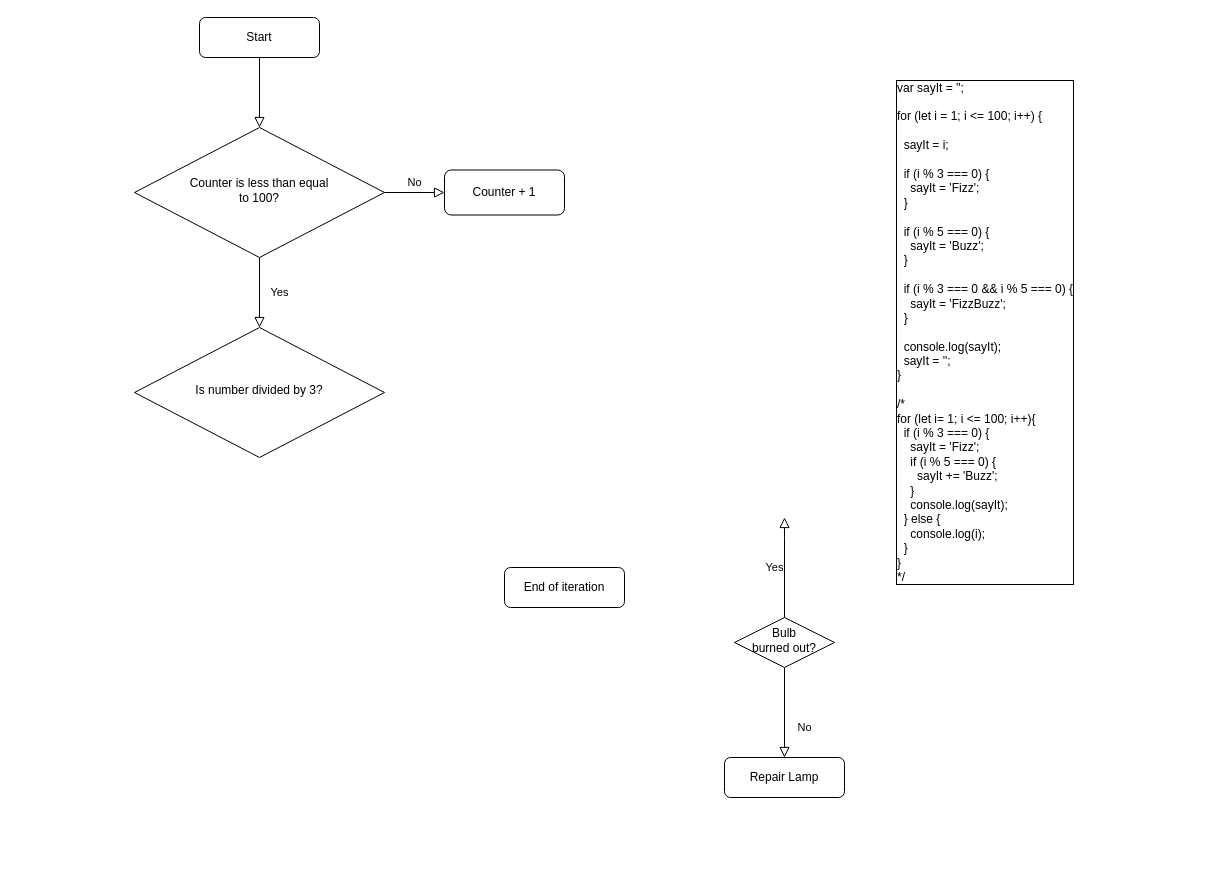
liegele/estudos keeps this draw.io diagram as the-complete-2022-web-development-bootcamp/section-10-intermediate-javascript/fizz-buzz-game.drawio. Above is the earlier version. Source tidied: cells renumbered, new cells numbered last; positions are measured from the earlier drawing's top-left corner, leaving out a move shared by most shapes. Both pictures are drawn from the tidied source at 100%, with x=0, y=0 at pixel (134, 17).
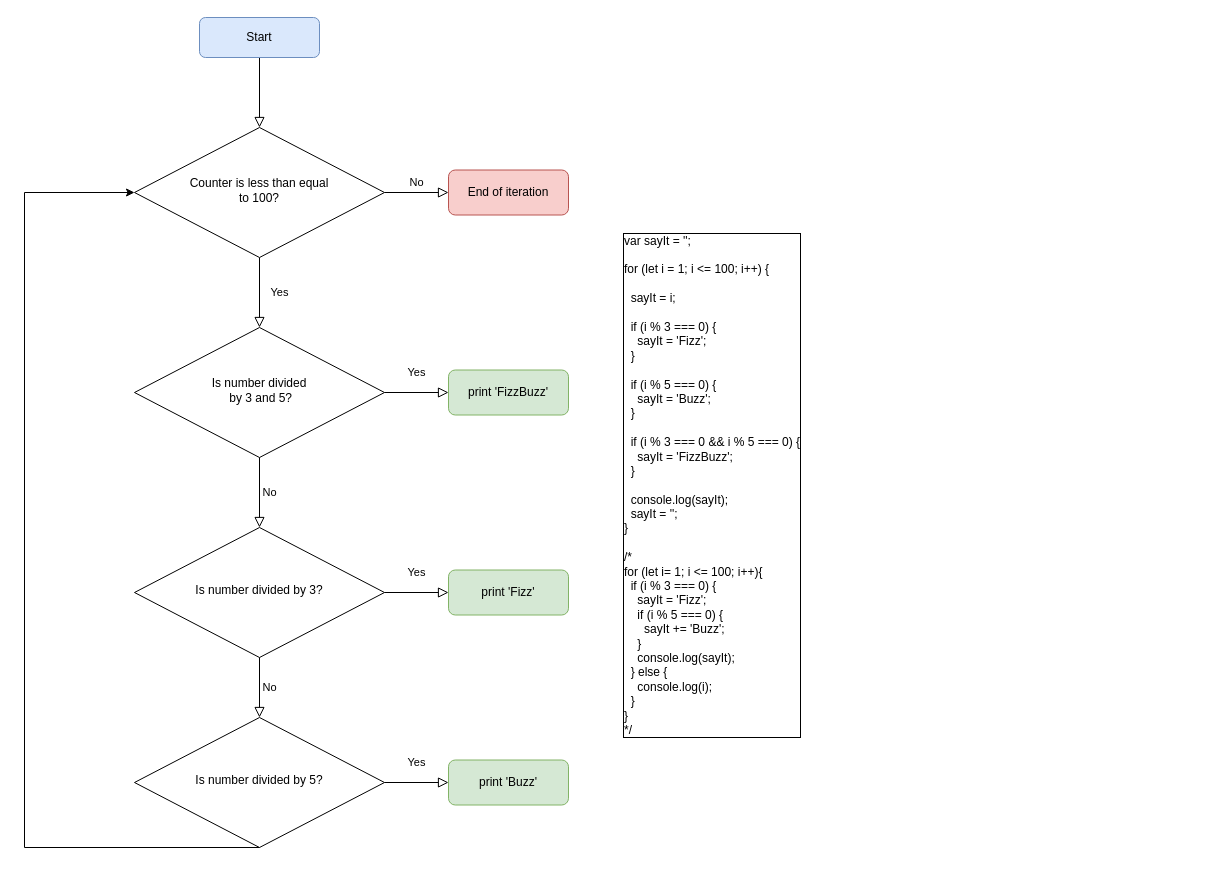
After the change.

The change refers to these unchanged cells:
```xml
<mxCell id="6" value="Counter is less than equal&lt;br&gt;to 100?" style="rhombus;whiteSpace=wrap;html=1;shadow=0;fontFamily=Helvetica;fontSize=12;align=center;strokeWidth=1;spacing=6;spacingTop=-4;" parent="1" vertex="1">
  <mxGeometry y="110" width="250" height="130" as="geometry" />
</mxCell>
```

Diff of the diagram source:
```diff
@@
-    <mxCell id="3" value="Start" style="rounded=1;whiteSpace=wrap;html=1;fontSize=12;glass=0;strokeWidth=1;shadow=0;" parent="1" vertex="1">
+    <mxCell id="3" value="Start" style="rounded=1;whiteSpace=wrap;html=1;fontSize=12;glass=0;strokeWidth=1;shadow=0;fillColor=#dae8fc;strokeColor=#6c8ebf;" parent="1" vertex="1">
       <mxGeometry x="65" width="120" height="40" as="geometry" />
     </mxCell>
@@
-    <mxCell id="7" value="Counter + 1&lt;br&gt;" style="rounded=1;whiteSpace=wrap;html=1;fontSize=12;glass=0;strokeWidth=1;shadow=0;" parent="1" vertex="1">
-      <mxGeometry x="310" y="152.5" width="120" height="45" as="geometry" />
+    <mxCell id="7" value="End of iteration" style="rounded=1;whiteSpace=wrap;html=1;fontSize=12;glass=0;strokeWidth=1;shadow=0;fillColor=#f8cecc;strokeColor=#b85450;" parent="1" vertex="1">
+      <mxGeometry x="314" y="152.5" width="120" height="45" as="geometry" />
     </mxCell>
-    <mxCell id="8" value="No" style="rounded=0;html=1;jettySize=auto;fontSize=11;endArrow=block;endFill=0;endSize=8;strokeWidth=1;shadow=0;labelBackgroundColor=none;edgeStyle=orthogonalEdgeStyle;" parent="1" edge="1" source="10" target="11">
-      <mxGeometry x="0.33" y="20" relative="1" as="geometry" />
-    </mxCell>
-    <mxCell id="9" value="Yes" style="edgeStyle=orthogonalEdgeStyle;rounded=0;html=1;jettySize=auto;fontSize=11;endArrow=block;endFill=0;endSize=8;strokeWidth=1;shadow=0;labelBackgroundColor=none;" parent="1" edge="1" source="10">
-      <mxGeometry y="10" relative="1" as="geometry">
-        <mxPoint x="650" y="500" as="targetPoint" />
-        <Array as="points">
-          <mxPoint x="650" y="520" />
-          <mxPoint x="650" y="520" />
-        </Array>
-      </mxGeometry>
-    </mxCell>
-    <mxCell id="10" value="Bulb&lt;br&gt;burned out?" style="rhombus;whiteSpace=wrap;html=1;shadow=0;fontFamily=Helvetica;fontSize=12;align=center;strokeWidth=1;spacing=6;spacingTop=-4;" parent="1" vertex="1">
-      <mxGeometry x="600" y="600" width="100" height="50" as="geometry" />
-    </mxCell>
-    <mxCell id="11" value="Repair Lamp" style="rounded=1;whiteSpace=wrap;html=1;fontSize=12;glass=0;strokeWidth=1;shadow=0;" parent="1" vertex="1">
-      <mxGeometry x="590" y="740" width="120" height="40" as="geometry" />
-    </mxCell>
-    <mxCell id="12" value="End of iteration" style="rounded=1;whiteSpace=wrap;html=1;fontSize=12;glass=0;strokeWidth=1;shadow=0;" parent="1" vertex="1">
-      <mxGeometry x="370" y="550" width="120" height="40" as="geometry" />
-    </mxCell>
-    <mxCell id="13" value="Is number divided by 3?" style="rhombus;whiteSpace=wrap;html=1;shadow=0;fontFamily=Helvetica;fontSize=12;align=center;strokeWidth=1;spacing=6;spacingTop=-4;" parent="1" vertex="1">
+    <mxCell id="13" value="Is number divided&lt;br&gt;&amp;nbsp;by 3 and 5?" style="rhombus;whiteSpace=wrap;html=1;shadow=0;fontFamily=Helvetica;fontSize=12;align=center;strokeWidth=1;spacing=6;spacingTop=-4;" parent="1" vertex="1">
       <mxGeometry y="310" width="250" height="130" as="geometry" />
     </mxCell>
     <mxCell id="14" value="&lt;div style=&quot;font-size: 12px;&quot;&gt;var sayIt = '';&lt;/div&gt;&lt;div style=&quot;font-size: 12px;&quot;&gt;&lt;br style=&quot;font-size: 12px;&quot;&gt;&lt;/div&gt;&lt;div style=&quot;font-size: 12px;&quot;&gt;for (let i = 1; i &amp;lt;= 100; i++) {&lt;/div&gt;&lt;div style=&quot;font-size: 12px;&quot;&gt;&amp;nbsp;&amp;nbsp;&lt;/div&gt;&lt;div style=&quot;font-size: 12px;&quot;&gt;&amp;nbsp; sayIt = i;&lt;/div&gt;&lt;div style=&quot;font-size: 12px;&quot;&gt;&amp;nbsp;&amp;nbsp;&lt;/div&gt;&lt;div style=&quot;font-size: 12px;&quot;&gt;&amp;nbsp; if (i % 3 === 0) {&lt;/div&gt;&lt;div style=&quot;font-size: 12px;&quot;&gt;&amp;nbsp; &amp;nbsp; sayIt = 'Fizz';&lt;/div&gt;&lt;div style=&quot;font-size: 12px;&quot;&gt;&amp;nbsp; }&lt;/div&gt;&lt;div style=&quot;font-size: 12px;&quot;&gt;&lt;br style=&quot;font-size: 12px;&quot;&gt;&lt;/div&gt;&lt;div style=&quot;font-size: 12px;&quot;&gt;&amp;nbsp; if (i % 5 === 0) {&lt;/div&gt;&lt;div style=&quot;font-size: 12px;&quot;&gt;&amp;nbsp; &amp;nbsp; sayIt = 'Buzz';&lt;/div&gt;&lt;div style=&quot;font-size: 12px;&quot;&gt;&amp;nbsp; }&lt;/div&gt;&lt;div style=&quot;font-size: 12px;&quot;&gt;&lt;br style=&quot;font-size: 12px;&quot;&gt;&lt;/div&gt;&lt;div style=&quot;font-size: 12px;&quot;&gt;&amp;nbsp; if (i % 3 === 0 &amp;amp;&amp;amp; i % 5 === 0) {&lt;/div&gt;&lt;div style=&quot;font-size: 12px;&quot;&gt;&amp;nbsp; &amp;nbsp; sayIt = 'FizzBuzz';&lt;/div&gt;&lt;div style=&quot;font-size: 12px;&quot;&gt;&amp;nbsp; }&lt;/div&gt;&lt;div style=&quot;font-size: 12px;&quot;&gt;&amp;nbsp;&amp;nbsp;&lt;/div&gt;&lt;div style=&quot;font-size: 12px;&quot;&gt;&amp;nbsp; console.log(sayIt);&lt;/div&gt;&lt;div style=&quot;font-size: 12px;&quot;&gt;&amp;nbsp; sayIt = '';&lt;/div&gt;&lt;div style=&quot;font-size: 12px;&quot;&gt;}&lt;/div&gt;&lt;div style=&quot;font-size: 12px;&quot;&gt;&lt;br style=&quot;font-size: 12px;&quot;&gt;&lt;/div&gt;&lt;div style=&quot;font-size: 12px;&quot;&gt;/*&lt;/div&gt;&lt;div style=&quot;font-size: 12px;&quot;&gt;for (let i= 1; i &amp;lt;= 100; i++){&lt;/div&gt;&lt;div style=&quot;font-size: 12px;&quot;&gt;&amp;nbsp; if (i % 3 === 0) {&lt;/div&gt;&lt;div style=&quot;font-size: 12px;&quot;&gt;&amp;nbsp; &amp;nbsp; sayIt = 'Fizz';&lt;/div&gt;&lt;div style=&quot;font-size: 12px;&quot;&gt;&amp;nbsp; &amp;nbsp; if (i % 5 === 0) {&lt;/div&gt;&lt;div style=&quot;font-size: 12px;&quot;&gt;&amp;nbsp; &amp;nbsp; &amp;nbsp; sayIt += 'Buzz';&lt;/div&gt;&lt;div style=&quot;font-size: 12px;&quot;&gt;&amp;nbsp; &amp;nbsp; }&lt;/div&gt;&lt;div style=&quot;font-size: 12px;&quot;&gt;&amp;nbsp; &amp;nbsp; console.log(sayIt);&lt;/div&gt;&lt;div style=&quot;font-size: 12px;&quot;&gt;&amp;nbsp; } else {&lt;/div&gt;&lt;div style=&quot;font-size: 12px;&quot;&gt;&amp;nbsp; &amp;nbsp; console.log(i);&lt;/div&gt;&lt;div style=&quot;font-size: 12px;&quot;&gt;&amp;nbsp; }&lt;/div&gt;&lt;div style=&quot;font-size: 12px;&quot;&gt;}&lt;/div&gt;&lt;div style=&quot;font-size: 12px;&quot;&gt;*/&lt;/div&gt;" style="text;html=1;strokeColor=none;fillColor=none;align=left;verticalAlign=middle;whiteSpace=wrap;rounded=0;labelBorderColor=default;spacing=2;spacingLeft=0;labelBackgroundColor=none;fontSize=12;" parent="1" vertex="1">
-      <mxGeometry x="760" width="310" height="630" as="geometry" />
+      <mxGeometry x="487" y="152.5" width="200" height="630" as="geometry" />
     </mxCell>
+    <mxCell id="15" value="Yes" style="rounded=0;html=1;jettySize=auto;fontSize=11;endArrow=block;endFill=0;endSize=8;strokeWidth=1;shadow=0;labelBackgroundColor=none;edgeStyle=orthogonalEdgeStyle;exitX=1;exitY=0.5;exitDx=0;exitDy=0;entryX=0;entryY=0.5;entryDx=0;entryDy=0;" parent="1" edge="1" source="13" target="16">
+      <mxGeometry y="20" relative="1" as="geometry" />
+    </mxCell>
+    <mxCell id="16" value="print 'FizzBuzz'" style="rounded=1;whiteSpace=wrap;html=1;fontSize=12;glass=0;strokeWidth=1;shadow=0;fillColor=#d5e8d4;strokeColor=#82b366;" parent="1" vertex="1">
+      <mxGeometry x="314" y="352.5" width="120" height="45" as="geometry" />
+    </mxCell>
+    <mxCell id="17" value="Is number divided by 3?" style="rhombus;whiteSpace=wrap;html=1;shadow=0;fontFamily=Helvetica;fontSize=12;align=center;strokeWidth=1;spacing=6;spacingTop=-4;" parent="1" vertex="1">
+      <mxGeometry y="510" width="250" height="130" as="geometry" />
+    </mxCell>
+    <mxCell id="18" value="Yes" style="rounded=0;html=1;jettySize=auto;fontSize=11;endArrow=block;endFill=0;endSize=8;strokeWidth=1;shadow=0;labelBackgroundColor=none;edgeStyle=orthogonalEdgeStyle;exitX=1;exitY=0.5;exitDx=0;exitDy=0;entryX=0;entryY=0.5;entryDx=0;entryDy=0;" parent="1" edge="1" source="17" target="19">
+      <mxGeometry y="20" relative="1" as="geometry" />
+    </mxCell>
+    <mxCell id="19" value="print 'Fizz'" style="rounded=1;whiteSpace=wrap;html=1;fontSize=12;glass=0;strokeWidth=1;shadow=0;fillColor=#d5e8d4;strokeColor=#82b366;" parent="1" vertex="1">
+      <mxGeometry x="314" y="552.5" width="120" height="45" as="geometry" />
+    </mxCell>
+    <mxCell id="20" value="No" style="edgeStyle=orthogonalEdgeStyle;rounded=0;html=1;jettySize=auto;fontSize=11;endArrow=block;endFill=0;endSize=8;strokeWidth=1;shadow=0;labelBackgroundColor=none;exitX=0.5;exitY=1;exitDx=0;exitDy=0;" parent="1" edge="1" source="13" target="17">
+      <mxGeometry y="10" relative="1" as="geometry" />
+    </mxCell>
+    <mxCell id="21" value="Is number divided by 5?" style="rhombus;whiteSpace=wrap;html=1;shadow=0;fontFamily=Helvetica;fontSize=12;align=center;strokeWidth=1;spacing=6;spacingTop=-4;" parent="1" vertex="1">
+      <mxGeometry y="700" width="250" height="130" as="geometry" />
+    </mxCell>
+    <mxCell id="22" value="Yes" style="rounded=0;html=1;jettySize=auto;fontSize=11;endArrow=block;endFill=0;endSize=8;strokeWidth=1;shadow=0;labelBackgroundColor=none;edgeStyle=orthogonalEdgeStyle;exitX=1;exitY=0.5;exitDx=0;exitDy=0;entryX=0;entryY=0.5;entryDx=0;entryDy=0;" parent="1" edge="1" source="21" target="23">
+      <mxGeometry y="20" relative="1" as="geometry" />
+    </mxCell>
+    <mxCell id="23" value="print 'Buzz'" style="rounded=1;whiteSpace=wrap;html=1;fontSize=12;glass=0;strokeWidth=1;shadow=0;fillColor=#d5e8d4;strokeColor=#82b366;" parent="1" vertex="1">
+      <mxGeometry x="314" y="742.5" width="120" height="45" as="geometry" />
+    </mxCell>
+    <mxCell id="24" value="No" style="edgeStyle=orthogonalEdgeStyle;rounded=0;html=1;jettySize=auto;fontSize=11;endArrow=block;endFill=0;endSize=8;strokeWidth=1;shadow=0;labelBackgroundColor=none;" parent="1" edge="1" source="17" target="21">
+      <mxGeometry y="10" relative="1" as="geometry" />
+    </mxCell>
+    <mxCell id="25" style="edgeStyle=elbowEdgeStyle;elbow=vertical;endArrow=classic;html=1;rounded=0;fontSize=12;exitX=0.5;exitY=1;exitDx=0;exitDy=0;" parent="1" edge="1" source="21" target="6">
+      <mxGeometry relative="1" as="geometry">
+        <Array as="points">
+          <mxPoint x="-110" y="760" />
+          <mxPoint x="20" y="990" />
+          <mxPoint x="-120" y="990" />
+          <mxPoint x="-40" y="910" />
+          <mxPoint x="-100" y="820" />
+          <mxPoint x="-100" y="590" />
+        </Array>
+      </mxGeometry>
+    </mxCell>
```
